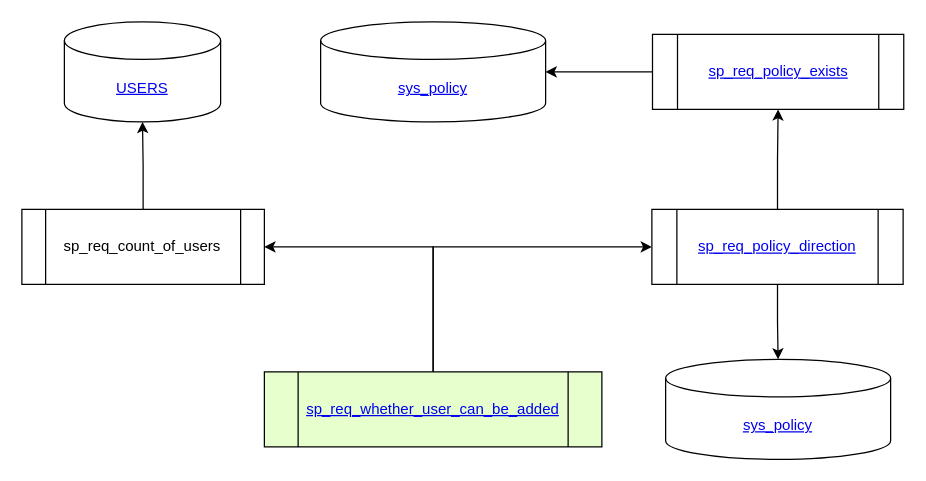
Above: sp_req_whether_user_can_be_added.drawio in Leo-Nam/chium_draw (draw.io), before the change. Source tidied: cells renumbered, new cells numbered last; positions are measured from the earlier drawing's top-left corner, leaving out a move shared by most shapes. Both pictures are drawn from the tidied source at 125%, with x=0, y=0 at pixel (21, 21).
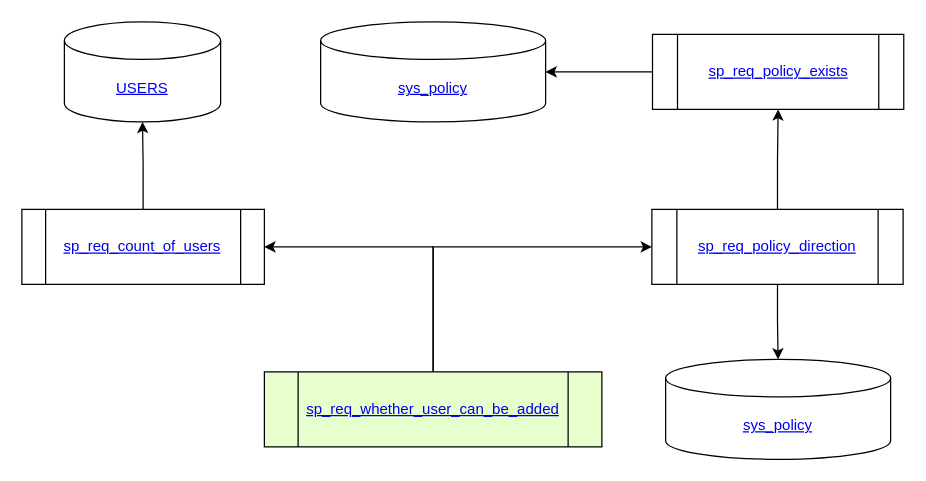
The same page after the edit.

Diff of the diagram source:
```diff
@@
 <mxGraphModel>
   <root>
     <mxCell id="0" />
     <mxCell id="1" parent="0" />
     <mxCell id="2" style="edgeStyle=orthogonalEdgeStyle;rounded=0;jettySize=auto;html=1;entryX=0;entryY=0.5;entryDx=0;entryDy=0;exitX=0.5;exitY=0;exitDx=0;exitDy=0;" parent="1" edge="1" source="4" target="9">
       <mxGeometry relative="1" as="geometry" />
     </mxCell>
     <mxCell id="3" style="edgeStyle=orthogonalEdgeStyle;rounded=0;jettySize=auto;html=1;entryX=1;entryY=0.5;entryDx=0;entryDy=0;exitX=0.5;exitY=0;exitDx=0;exitDy=0;" parent="1" edge="1" source="4" target="6">
       <mxGeometry relative="1" as="geometry" />
     </mxCell>
     <mxCell id="4" value="&lt;a href=&quot;https://www.notion.so/sp_req_whether_user_can_be_added-ba5ce252830d42bca34ae089a3b8b646&quot;&gt;sp_req_whether_user_can_be_added&lt;/a&gt;" style="shape=process;whiteSpace=wrap;html=1;backgroundOutline=1;rounded=0;fillColor=#E6FFCC;" parent="1" vertex="1">
       <mxGeometry x="194" y="280" width="270" height="60" as="geometry" />
     </mxCell>
     <mxCell id="5" style="edgeStyle=orthogonalEdgeStyle;rounded=0;jettySize=auto;html=1;" parent="1" edge="1" source="6" target="14">
       <mxGeometry relative="1" as="geometry" />
     </mxCell>
-    <mxCell id="6" value="sp_req_count_of_users" style="shape=process;whiteSpace=wrap;html=1;backgroundOutline=1;rounded=0;" parent="1" vertex="1">
+    <mxCell id="6" value="&lt;a href=&quot;https://github.com/Leo-Nam/chium_draw/blob/master/sp_req_count_of_users.drawio&quot;&gt;sp_req_count_of_users&lt;/a&gt;" style="shape=process;whiteSpace=wrap;html=1;backgroundOutline=1;rounded=0;" parent="1" vertex="1">
       <mxGeometry y="150" width="194" height="60" as="geometry" />
     </mxCell>
     <mxCell id="7" style="edgeStyle=orthogonalEdgeStyle;rounded=0;jettySize=auto;html=1;" parent="1" edge="1" source="9" target="11">
       <mxGeometry relative="1" as="geometry" />
     </mxCell>
     <mxCell id="8" style="edgeStyle=orthogonalEdgeStyle;rounded=0;jettySize=auto;html=1;" parent="1" edge="1" source="9" target="12">
       <mxGeometry relative="1" as="geometry" />
     </mxCell>
     <mxCell id="9" value="&lt;a href=&quot;https://github.com/Leo-Nam/chium_draw/blob/master/sp_req_policy_direction.drawio&quot;&gt;sp_req_policy_direction&lt;/a&gt;" style="shape=process;whiteSpace=wrap;html=1;backgroundOutline=1;rounded=0;" parent="1" vertex="1">
       <mxGeometry x="504" y="150" width="201" height="60" as="geometry" />
     </mxCell>
     <mxCell id="10" style="edgeStyle=orthogonalEdgeStyle;rounded=0;jettySize=auto;html=1;" parent="1" edge="1" source="11" target="13">
       <mxGeometry relative="1" as="geometry" />
     </mxCell>
     <mxCell id="11" value="&lt;a href=&quot;https://github.com/Leo-Nam/chium_draw/blob/master/sp_req_policy_exists.drawio&quot;&gt;sp_req_policy_exists&lt;/a&gt;" style="shape=process;whiteSpace=wrap;html=1;backgroundOutline=1;rounded=0;" parent="1" vertex="1">
       <mxGeometry x="504.5" y="10" width="201" height="60" as="geometry" />
     </mxCell>
     <mxCell id="12" value="&lt;a href=&quot;https://www.notion.so/sys_policy-99dee461e3f548ba852944964da8f696&quot;&gt;sys_policy&lt;/a&gt;" style="shape=cylinder3;whiteSpace=wrap;html=1;boundedLbl=1;backgroundOutline=1;size=15;" parent="1" vertex="1">
       <mxGeometry x="515" y="270" width="180" height="80" as="geometry" />
     </mxCell>
     <mxCell id="13" value="&lt;a href=&quot;https://www.notion.so/sys_policy-99dee461e3f548ba852944964da8f696&quot;&gt;sys_policy&lt;/a&gt;" style="shape=cylinder3;whiteSpace=wrap;html=1;boundedLbl=1;backgroundOutline=1;size=15;" parent="1" vertex="1">
       <mxGeometry x="239" width="180" height="80" as="geometry" />
     </mxCell>
     <mxCell id="14" value="&lt;a href=&quot;https://www.notion.so/USERS-20656cfbb07d4dedb33482dccb7d81cd&quot;&gt;USERS&lt;/a&gt;" style="shape=cylinder3;whiteSpace=wrap;html=1;boundedLbl=1;backgroundOutline=1;size=15;" parent="1" vertex="1">
       <mxGeometry x="34" width="125" height="80" as="geometry" />
     </mxCell>
   </root>
 </mxGraphModel>
```
